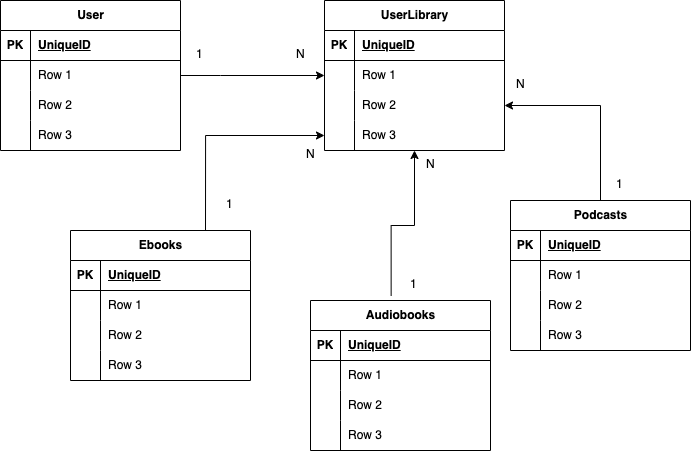
The draw.io diagram docs/DB scheme.drawio.png in AlinaKovban/audiobooks, before a commit. Source tidied: cells renumbered, new cells last; positions are measured from the earlier drawing's top-left corner, leaving out a move shared by most shapes.
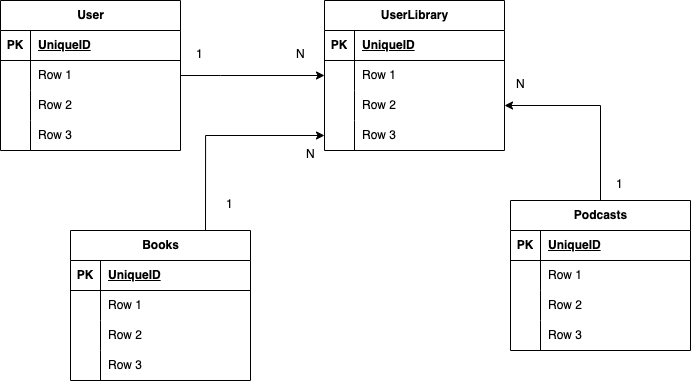
The same file after the commit.

What changed in the source:
```diff
@@ -2,45 +2,6 @@
   <root>
     <mxCell id="0" />
     <mxCell id="1" parent="0" />
-    <mxCell id="2" value="Audiobooks" style="shape=table;startSize=30;rowLines=0;fontStyle=1;align=center;html=1;" parent="1" vertex="1">
-      <mxGeometry x="310" y="300" width="180" height="150" as="geometry" />
-    </mxCell>
-    <mxCell id="3" style="shape=tableRow;horizontal=0;startSize=0;swimlaneHead=0;swimlaneBody=0;fillColor=none;top=0;left=0;right=0;bottom=1;" parent="2" vertex="1">
-      <mxGeometry y="30" width="180" height="30" as="geometry" />
-    </mxCell>
-    <mxCell id="4" value="PK" style="shape=partialRectangle;fillColor=none;top=0;left=0;bottom=0;right=0;fontStyle=1;overflow=hidden;whiteSpace=wrap;html=1;" parent="3" vertex="1">
-      <mxGeometry width="30" height="30" as="geometry" />
-    </mxCell>
-    <mxCell id="5" value="UniqueID" style="shape=partialRectangle;fillColor=none;top=0;left=0;bottom=0;right=0;align=left;spacingLeft=6;fontStyle=5;overflow=hidden;whiteSpace=wrap;html=1;" parent="3" vertex="1">
-      <mxGeometry x="30" width="150" height="30" as="geometry" />
-    </mxCell>
-    <mxCell id="6" style="shape=tableRow;horizontal=0;startSize=0;swimlaneHead=0;swimlaneBody=0;fillColor=none;top=0;left=0;right=0;bottom=0;" parent="2" vertex="1">
-      <mxGeometry y="60" width="180" height="30" as="geometry" />
-    </mxCell>
-    <mxCell id="7" style="shape=partialRectangle;fillColor=none;top=0;left=0;bottom=0;right=0;overflow=hidden;whiteSpace=wrap;html=1;" parent="6" vertex="1">
-      <mxGeometry width="30" height="30" as="geometry" />
-    </mxCell>
-    <mxCell id="8" value="Row 1" style="shape=partialRectangle;fillColor=none;top=0;left=0;bottom=0;right=0;align=left;spacingLeft=6;overflow=hidden;whiteSpace=wrap;html=1;" parent="6" vertex="1">
-      <mxGeometry x="30" width="150" height="30" as="geometry" />
-    </mxCell>
-    <mxCell id="9" style="shape=tableRow;horizontal=0;startSize=0;swimlaneHead=0;swimlaneBody=0;fillColor=none;top=0;left=0;right=0;bottom=0;" parent="2" vertex="1">
-      <mxGeometry y="90" width="180" height="30" as="geometry" />
-    </mxCell>
-    <mxCell id="10" style="shape=partialRectangle;fillColor=none;top=0;left=0;bottom=0;right=0;overflow=hidden;whiteSpace=wrap;html=1;" parent="9" vertex="1">
-      <mxGeometry width="30" height="30" as="geometry" />
-    </mxCell>
-    <mxCell id="11" value="Row 2" style="shape=partialRectangle;fillColor=none;top=0;left=0;bottom=0;right=0;align=left;spacingLeft=6;overflow=hidden;whiteSpace=wrap;html=1;" parent="9" vertex="1">
-      <mxGeometry x="30" width="150" height="30" as="geometry" />
-    </mxCell>
-    <mxCell id="12" style="shape=tableRow;horizontal=0;startSize=0;swimlaneHead=0;swimlaneBody=0;fillColor=none;top=0;left=0;right=0;bottom=0;" parent="2" vertex="1">
-      <mxGeometry y="120" width="180" height="30" as="geometry" />
-    </mxCell>
-    <mxCell id="13" style="shape=partialRectangle;fillColor=none;top=0;left=0;bottom=0;right=0;overflow=hidden;whiteSpace=wrap;html=1;" parent="12" vertex="1">
-      <mxGeometry width="30" height="30" as="geometry" />
-    </mxCell>
-    <mxCell id="14" value="Row 3" style="shape=partialRectangle;fillColor=none;top=0;left=0;bottom=0;right=0;align=left;spacingLeft=6;overflow=hidden;whiteSpace=wrap;html=1;" parent="12" vertex="1">
-      <mxGeometry x="30" width="150" height="30" as="geometry" />
-    </mxCell>
     <mxCell id="15" value="User" style="shape=table;startSize=30;rowLines=0;fontStyle=1;align=center;html=1;" parent="1" vertex="1">
       <mxGeometry width="180" height="150" as="geometry" />
     </mxCell>
@@ -80,7 +41,7 @@
     <mxCell id="27" value="Row 3" style="shape=partialRectangle;fillColor=none;top=0;left=0;bottom=0;right=0;align=left;spacingLeft=6;overflow=hidden;whiteSpace=wrap;html=1;" parent="25" vertex="1">
       <mxGeometry x="30" width="150" height="30" as="geometry" />
     </mxCell>
-    <mxCell id="28" value="Ebooks" style="shape=table;startSize=30;rowLines=0;fontStyle=1;align=center;html=1;" parent="1" vertex="1">
+    <mxCell id="28" value="Books" style="shape=table;startSize=30;rowLines=0;fontStyle=1;align=center;html=1;" parent="1" vertex="1">
       <mxGeometry x="70" y="230" width="180" height="150" as="geometry" />
     </mxCell>
     <mxCell id="29" style="shape=tableRow;horizontal=0;startSize=0;swimlaneHead=0;swimlaneBody=0;fillColor=none;top=0;left=0;right=0;bottom=1;" parent="28" vertex="1">
@@ -158,9 +119,6 @@
     <mxCell id="53" value="Row 3" style="shape=partialRectangle;fillColor=none;top=0;left=0;bottom=0;right=0;align=left;spacingLeft=6;overflow=hidden;whiteSpace=wrap;html=1;" parent="51" vertex="1">
       <mxGeometry x="30" width="150" height="30" as="geometry" />
     </mxCell>
-    <mxCell id="54" style="edgeStyle=orthogonalEdgeStyle;rounded=0;jettySize=auto;html=1;exitX=0.448;exitY=-0.032;exitDx=0;exitDy=0;entryX=0.5;entryY=1;entryDx=0;entryDy=0;exitPerimeter=0;" parent="1" edge="1" source="2" target="55">
-      <mxGeometry relative="1" as="geometry" />
-    </mxCell>
     <mxCell id="55" value="UserLibrary" style="shape=table;startSize=30;rowLines=0;fontStyle=1;align=center;html=1;" parent="1" vertex="1">
       <mxGeometry x="324" width="180" height="150" as="geometry" />
     </mxCell>
@@ -215,18 +173,12 @@
     <mxCell id="72" value="1" style="text;strokeColor=none;fillColor=none;spacingLeft=4;spacingRight=4;overflow=hidden;fontSize=12;whiteSpace=wrap;html=1;" parent="1" vertex="1">
       <mxGeometry x="610" y="170" width="20" height="30" as="geometry" />
     </mxCell>
-    <mxCell id="73" value="1" style="text;strokeColor=none;fillColor=none;spacingLeft=4;spacingRight=4;overflow=hidden;fontSize=12;whiteSpace=wrap;html=1;" parent="1" vertex="1">
-      <mxGeometry x="404" y="270" width="20" height="30" as="geometry" />
-    </mxCell>
     <mxCell id="74" value="1" style="text;strokeColor=none;fillColor=none;spacingLeft=4;spacingRight=4;overflow=hidden;fontSize=12;whiteSpace=wrap;html=1;" parent="1" vertex="1">
       <mxGeometry x="220" y="190" width="20" height="30" as="geometry" />
     </mxCell>
     <mxCell id="75" value="N" style="text;strokeColor=none;fillColor=none;spacingLeft=4;spacingRight=4;overflow=hidden;fontSize=12;whiteSpace=wrap;html=1;" parent="1" vertex="1">
       <mxGeometry x="300" y="140" width="20" height="40" as="geometry" />
     </mxCell>
-    <mxCell id="76" value="N" style="text;strokeColor=none;fillColor=none;spacingLeft=4;spacingRight=4;overflow=hidden;fontSize=12;whiteSpace=wrap;html=1;" parent="1" vertex="1">
-      <mxGeometry x="420" y="150" width="20" height="30" as="geometry" />
-    </mxCell>
     <mxCell id="77" value="N" style="text;strokeColor=none;fillColor=none;spacingLeft=4;spacingRight=4;overflow=hidden;fontSize=12;whiteSpace=wrap;html=1;" parent="1" vertex="1">
       <mxGeometry x="510" y="70" width="20" height="30" as="geometry" />
     </mxCell>
```
